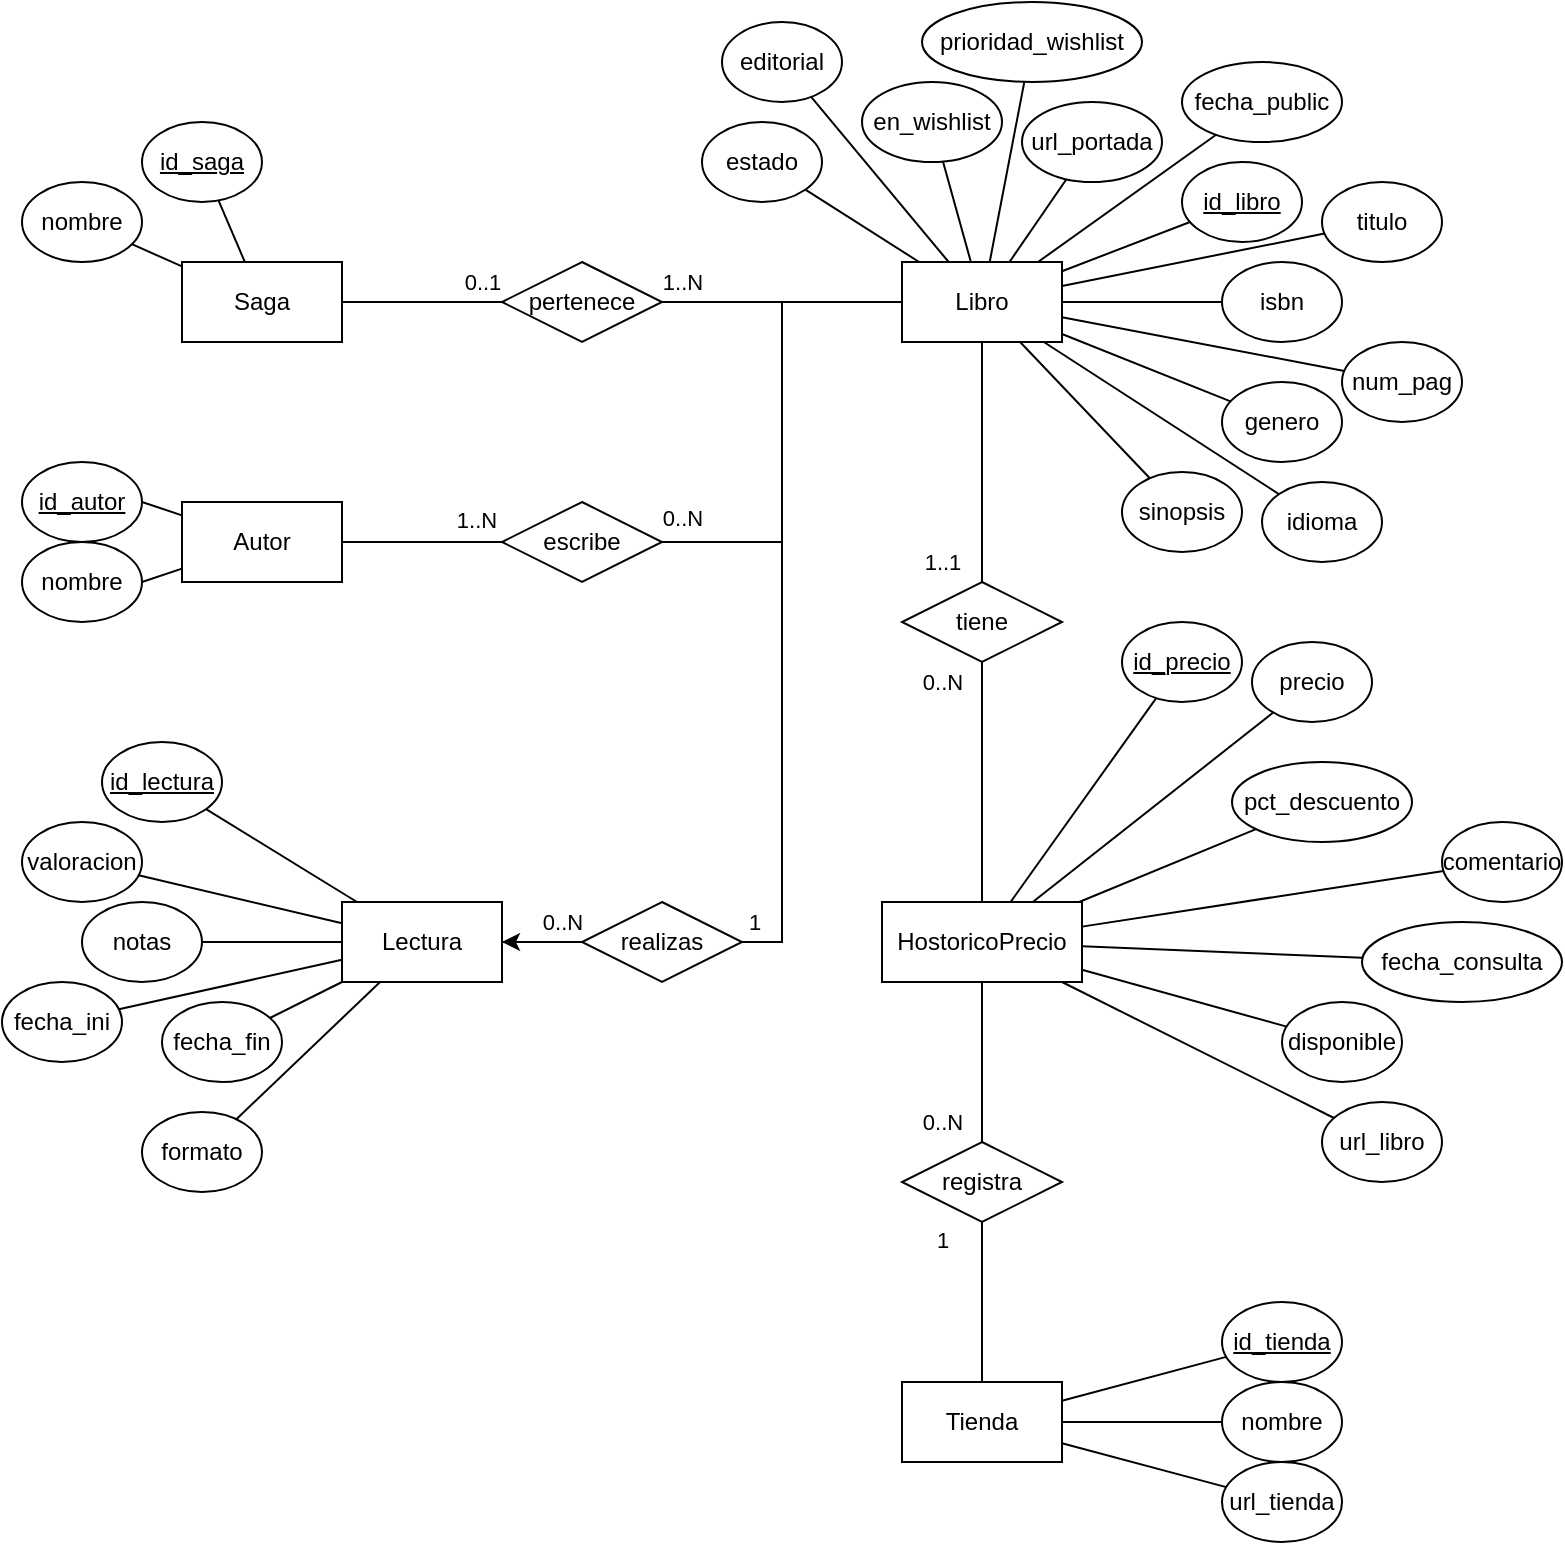
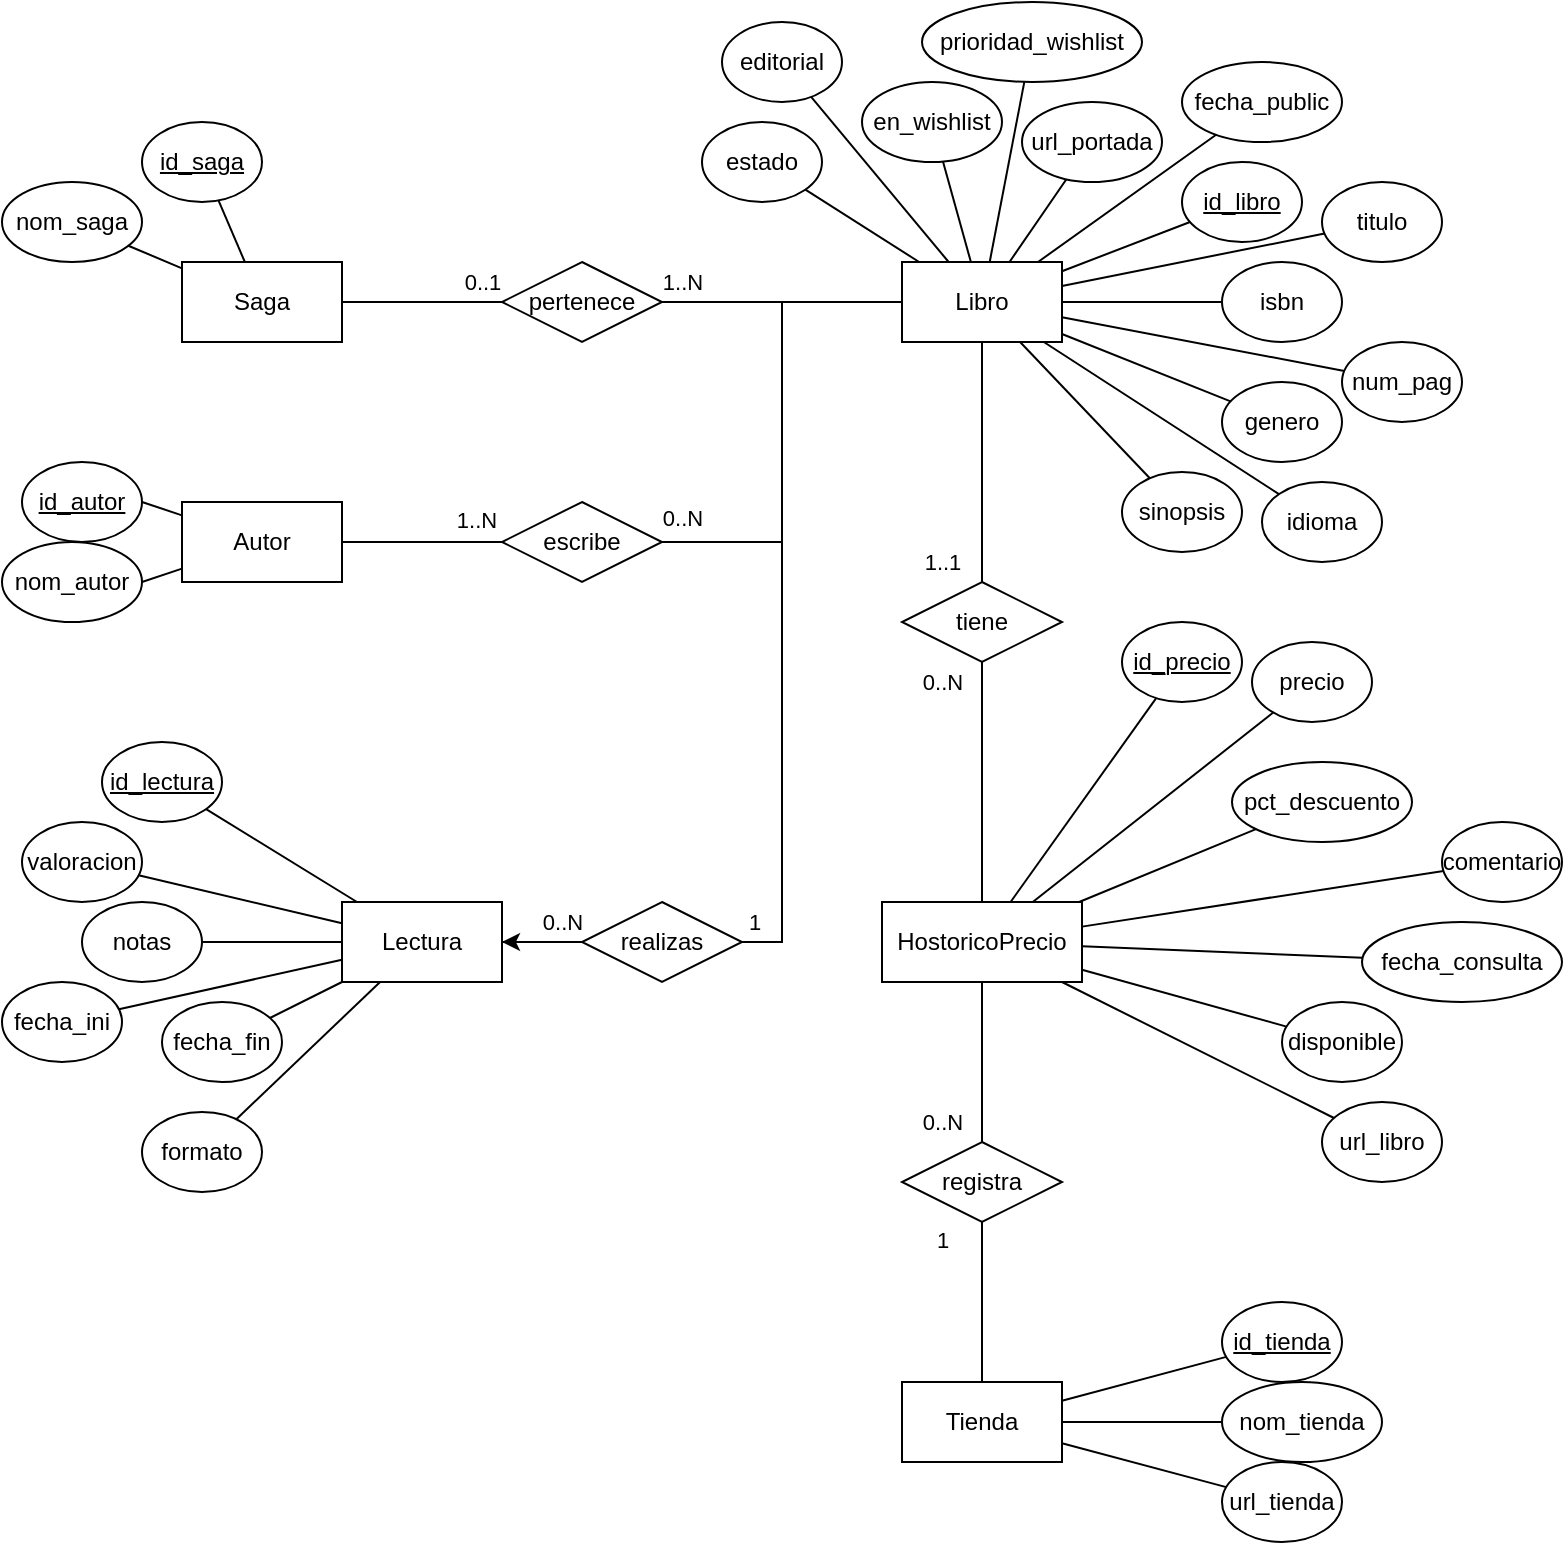
<mxfile host="app.diagrams.net">
  <diagram name="Page-1" id="43clveSkA00BWzA2pZKT">
-     <mxGraphModel dx="1414" dy="777" grid="1" gridSize="10" guides="1" tooltips="1" connect="1" arrows="1" fold="1" page="1" pageScale="1" pageWidth="827" pageHeight="1169" math="0" shadow="0">
+     <mxGraphModel dx="813" dy="1617" grid="1" gridSize="10" guides="1" tooltips="1" connect="1" arrows="1" fold="1" page="1" pageScale="1" pageWidth="827" pageHeight="1169" math="0" shadow="0">
      <root>
        <mxCell id="0" />
        <mxCell id="1" parent="0" />
        <mxCell id="LIHbsuWyisdT2iaSAF74-56" edge="1" parent="1" source="LIHbsuWyisdT2iaSAF74-1" style="rounded=0;orthogonalLoop=1;jettySize=auto;html=1;endArrow=none;endFill=0;" target="LIHbsuWyisdT2iaSAF74-40">
          <mxGeometry relative="1" as="geometry" />
        </mxCell>
        <mxCell id="LIHbsuWyisdT2iaSAF74-57" edge="1" parent="1" source="LIHbsuWyisdT2iaSAF74-1" style="rounded=0;orthogonalLoop=1;jettySize=auto;html=1;endArrow=none;endFill=0;" target="LIHbsuWyisdT2iaSAF74-21">
          <mxGeometry relative="1" as="geometry" />
        </mxCell>
        <mxCell id="LIHbsuWyisdT2iaSAF74-58" edge="1" parent="1" source="LIHbsuWyisdT2iaSAF74-1" style="rounded=0;orthogonalLoop=1;jettySize=auto;html=1;endArrow=none;endFill=0;" target="LIHbsuWyisdT2iaSAF74-10">
          <mxGeometry relative="1" as="geometry" />
        </mxCell>
        <mxCell id="LIHbsuWyisdT2iaSAF74-59" edge="1" parent="1" source="LIHbsuWyisdT2iaSAF74-1" style="rounded=0;orthogonalLoop=1;jettySize=auto;html=1;endArrow=none;endFill=0;" target="LIHbsuWyisdT2iaSAF74-36">
          <mxGeometry relative="1" as="geometry" />
        </mxCell>
        <mxCell id="LIHbsuWyisdT2iaSAF74-60" edge="1" parent="1" source="LIHbsuWyisdT2iaSAF74-1" style="rounded=0;orthogonalLoop=1;jettySize=auto;html=1;endArrow=none;endFill=0;" target="LIHbsuWyisdT2iaSAF74-3">
          <mxGeometry relative="1" as="geometry" />
        </mxCell>
        <mxCell id="LIHbsuWyisdT2iaSAF74-61" edge="1" parent="1" source="LIHbsuWyisdT2iaSAF74-1" style="rounded=0;orthogonalLoop=1;jettySize=auto;html=1;endArrow=none;endFill=0;" target="LIHbsuWyisdT2iaSAF74-23">
          <mxGeometry relative="1" as="geometry" />
        </mxCell>
        <mxCell id="LIHbsuWyisdT2iaSAF74-62" edge="1" parent="1" source="LIHbsuWyisdT2iaSAF74-1" style="rounded=0;orthogonalLoop=1;jettySize=auto;html=1;endArrow=none;endFill=0;" target="LIHbsuWyisdT2iaSAF74-17">
          <mxGeometry relative="1" as="geometry" />
        </mxCell>
        <mxCell id="LIHbsuWyisdT2iaSAF74-63" edge="1" parent="1" source="LIHbsuWyisdT2iaSAF74-1" style="rounded=0;orthogonalLoop=1;jettySize=auto;html=1;endArrow=none;endFill=0;" target="LIHbsuWyisdT2iaSAF74-38">
          <mxGeometry relative="1" as="geometry" />
        </mxCell>
        <mxCell id="LIHbsuWyisdT2iaSAF74-64" edge="1" parent="1" source="LIHbsuWyisdT2iaSAF74-1" style="rounded=0;orthogonalLoop=1;jettySize=auto;html=1;endArrow=none;endFill=0;" target="LIHbsuWyisdT2iaSAF74-39">
          <mxGeometry relative="1" as="geometry" />
        </mxCell>
        <mxCell id="LIHbsuWyisdT2iaSAF74-65" edge="1" parent="1" source="LIHbsuWyisdT2iaSAF74-1" style="rounded=0;orthogonalLoop=1;jettySize=auto;html=1;endArrow=none;endFill=0;" target="LIHbsuWyisdT2iaSAF74-48">
          <mxGeometry relative="1" as="geometry" />
        </mxCell>
        <mxCell id="LIHbsuWyisdT2iaSAF74-66" edge="1" parent="1" source="LIHbsuWyisdT2iaSAF74-1" style="rounded=0;orthogonalLoop=1;jettySize=auto;html=1;endArrow=none;endFill=0;" target="LIHbsuWyisdT2iaSAF74-47">
          <mxGeometry relative="1" as="geometry" />
        </mxCell>
        <mxCell id="LIHbsuWyisdT2iaSAF74-67" edge="1" parent="1" source="LIHbsuWyisdT2iaSAF74-1" style="rounded=0;orthogonalLoop=1;jettySize=auto;html=1;endArrow=none;endFill=0;" target="LIHbsuWyisdT2iaSAF74-37">
          <mxGeometry relative="1" as="geometry" />
        </mxCell>
        <mxCell id="LIHbsuWyisdT2iaSAF74-68" edge="1" parent="1" source="LIHbsuWyisdT2iaSAF74-1" style="rounded=0;orthogonalLoop=1;jettySize=auto;html=1;endArrow=none;endFill=0;" target="LIHbsuWyisdT2iaSAF74-41">
          <mxGeometry relative="1" as="geometry" />
        </mxCell>
        <mxCell id="LIHbsuWyisdT2iaSAF74-1" parent="1" style="rounded=0;whiteSpace=wrap;html=1;" value="Libro" vertex="1">
          <mxGeometry height="40" width="80" x="480" y="160" as="geometry" />
        </mxCell>
        <mxCell id="LIHbsuWyisdT2iaSAF74-49" edge="1" parent="1" source="LIHbsuWyisdT2iaSAF74-2" style="rounded=0;orthogonalLoop=1;jettySize=auto;html=1;endArrow=none;endFill=0;" target="LIHbsuWyisdT2iaSAF74-16">
          <mxGeometry relative="1" as="geometry">
            <mxPoint x="80" y="120" as="targetPoint" />
          </mxGeometry>
        </mxCell>
        <mxCell id="LIHbsuWyisdT2iaSAF74-50" edge="1" parent="1" source="LIHbsuWyisdT2iaSAF74-2" style="rounded=0;orthogonalLoop=1;jettySize=auto;html=1;endArrow=none;endFill=0;" target="LIHbsuWyisdT2iaSAF74-8">
          <mxGeometry relative="1" as="geometry">
            <mxPoint x="80" y="160" as="targetPoint" />
          </mxGeometry>
        </mxCell>
        <mxCell id="LIHbsuWyisdT2iaSAF74-2" parent="1" style="rounded=0;whiteSpace=wrap;html=1;" value="Saga" vertex="1">
          <mxGeometry height="40" width="80" x="120" y="160" as="geometry" />
        </mxCell>
        <mxCell id="LIHbsuWyisdT2iaSAF74-3" parent="1" style="ellipse;whiteSpace=wrap;html=1;" value="isbn" vertex="1">
          <mxGeometry height="40" width="60" x="640" y="160" as="geometry" />
        </mxCell>
-         <mxCell id="LIHbsuWyisdT2iaSAF74-8" parent="1" style="ellipse;whiteSpace=wrap;html=1;" value="nombre" vertex="1">
-           <mxGeometry height="40" width="60" x="40" y="120" as="geometry" />
+         <mxCell id="LIHbsuWyisdT2iaSAF74-8" parent="1" style="ellipse;whiteSpace=wrap;html=1;" value="nom_saga" vertex="1">
+           <mxGeometry height="40" width="70" x="30" y="120" as="geometry" />
        </mxCell>
        <mxCell id="LIHbsuWyisdT2iaSAF74-10" parent="1" style="ellipse;whiteSpace=wrap;html=1;" value="genero" vertex="1">
          <mxGeometry height="40" width="60" x="640" y="220" as="geometry" />
        </mxCell>
        <mxCell id="LIHbsuWyisdT2iaSAF74-76" edge="1" parent="1" source="LIHbsuWyisdT2iaSAF74-11" style="rounded=0;orthogonalLoop=1;jettySize=auto;html=1;endArrow=none;endFill=0;" target="LIHbsuWyisdT2iaSAF74-26">
          <mxGeometry relative="1" as="geometry" />
        </mxCell>
        <mxCell id="LIHbsuWyisdT2iaSAF74-77" edge="1" parent="1" source="LIHbsuWyisdT2iaSAF74-11" style="rounded=0;orthogonalLoop=1;jettySize=auto;html=1;endArrow=none;endFill=0;" target="LIHbsuWyisdT2iaSAF74-27">
          <mxGeometry relative="1" as="geometry" />
        </mxCell>
        <mxCell id="LIHbsuWyisdT2iaSAF74-78" edge="1" parent="1" source="LIHbsuWyisdT2iaSAF74-11" style="rounded=0;orthogonalLoop=1;jettySize=auto;html=1;endArrow=none;endFill=0;" target="LIHbsuWyisdT2iaSAF74-28">
          <mxGeometry relative="1" as="geometry">
            <mxPoint x="470" y="480" as="targetPoint" />
          </mxGeometry>
        </mxCell>
        <mxCell id="LIHbsuWyisdT2iaSAF74-79" edge="1" parent="1" source="LIHbsuWyisdT2iaSAF74-11" style="rounded=0;orthogonalLoop=1;jettySize=auto;html=1;endArrow=none;endFill=0;" target="LIHbsuWyisdT2iaSAF74-29">
          <mxGeometry relative="1" as="geometry" />
        </mxCell>
        <mxCell id="LIHbsuWyisdT2iaSAF74-80" edge="1" parent="1" source="LIHbsuWyisdT2iaSAF74-11" style="rounded=0;orthogonalLoop=1;jettySize=auto;html=1;endArrow=none;endFill=0;" target="LIHbsuWyisdT2iaSAF74-30">
          <mxGeometry relative="1" as="geometry" />
        </mxCell>
        <mxCell id="LIHbsuWyisdT2iaSAF74-81" edge="1" parent="1" source="LIHbsuWyisdT2iaSAF74-11" style="rounded=0;orthogonalLoop=1;jettySize=auto;html=1;endArrow=none;endFill=0;" target="LIHbsuWyisdT2iaSAF74-42">
          <mxGeometry relative="1" as="geometry" />
        </mxCell>
        <mxCell id="LIHbsuWyisdT2iaSAF74-11" parent="1" style="rounded=0;whiteSpace=wrap;html=1;" value="Lectura" vertex="1">
          <mxGeometry height="40" width="80" x="200" y="480" as="geometry" />
        </mxCell>
        <mxCell id="LIHbsuWyisdT2iaSAF74-51" edge="1" parent="1" source="LIHbsuWyisdT2iaSAF74-12" style="rounded=0;orthogonalLoop=1;jettySize=auto;html=1;entryX=1;entryY=0.5;entryDx=0;entryDy=0;endArrow=none;endFill=0;" target="LIHbsuWyisdT2iaSAF74-18">
          <mxGeometry relative="1" as="geometry" />
        </mxCell>
        <mxCell id="LIHbsuWyisdT2iaSAF74-52" edge="1" parent="1" source="LIHbsuWyisdT2iaSAF74-12" style="rounded=0;orthogonalLoop=1;jettySize=auto;html=1;entryX=1;entryY=0.5;entryDx=0;entryDy=0;endArrow=none;endFill=0;" target="LIHbsuWyisdT2iaSAF74-19">
          <mxGeometry relative="1" as="geometry" />
        </mxCell>
        <mxCell id="LIHbsuWyisdT2iaSAF74-12" parent="1" style="rounded=0;whiteSpace=wrap;html=1;" value="Autor" vertex="1">
          <mxGeometry height="40" width="80" x="120" y="280" as="geometry" />
        </mxCell>
        <mxCell id="LIHbsuWyisdT2iaSAF74-69" edge="1" parent="1" source="LIHbsuWyisdT2iaSAF74-13" style="rounded=0;orthogonalLoop=1;jettySize=auto;html=1;endArrow=none;endFill=0;" target="LIHbsuWyisdT2iaSAF74-31">
          <mxGeometry relative="1" as="geometry" />
        </mxCell>
        <mxCell id="LIHbsuWyisdT2iaSAF74-70" edge="1" parent="1" source="LIHbsuWyisdT2iaSAF74-13" style="rounded=0;orthogonalLoop=1;jettySize=auto;html=1;endArrow=none;endFill=0;" target="LIHbsuWyisdT2iaSAF74-32">
          <mxGeometry relative="1" as="geometry" />
        </mxCell>
        <mxCell id="LIHbsuWyisdT2iaSAF74-71" edge="1" parent="1" source="LIHbsuWyisdT2iaSAF74-13" style="rounded=0;orthogonalLoop=1;jettySize=auto;html=1;endArrow=none;endFill=0;" target="LIHbsuWyisdT2iaSAF74-34">
          <mxGeometry relative="1" as="geometry" />
        </mxCell>
        <mxCell id="LIHbsuWyisdT2iaSAF74-72" edge="1" parent="1" source="LIHbsuWyisdT2iaSAF74-13" style="rounded=0;orthogonalLoop=1;jettySize=auto;html=1;endArrow=none;endFill=0;" target="LIHbsuWyisdT2iaSAF74-35">
          <mxGeometry relative="1" as="geometry" />
        </mxCell>
        <mxCell id="LIHbsuWyisdT2iaSAF74-73" edge="1" parent="1" source="LIHbsuWyisdT2iaSAF74-13" style="rounded=0;orthogonalLoop=1;jettySize=auto;html=1;endArrow=none;endFill=0;" target="LIHbsuWyisdT2iaSAF74-44">
          <mxGeometry relative="1" as="geometry" />
        </mxCell>
        <mxCell id="LIHbsuWyisdT2iaSAF74-74" edge="1" parent="1" source="LIHbsuWyisdT2iaSAF74-13" style="rounded=0;orthogonalLoop=1;jettySize=auto;html=1;endArrow=none;endFill=0;" target="LIHbsuWyisdT2iaSAF74-45">
          <mxGeometry relative="1" as="geometry" />
        </mxCell>
        <mxCell id="LIHbsuWyisdT2iaSAF74-75" edge="1" parent="1" source="LIHbsuWyisdT2iaSAF74-13" style="rounded=0;orthogonalLoop=1;jettySize=auto;html=1;endArrow=none;endFill=0;" target="LIHbsuWyisdT2iaSAF74-46">
          <mxGeometry relative="1" as="geometry" />
        </mxCell>
        <mxCell id="LIHbsuWyisdT2iaSAF74-13" parent="1" style="rounded=0;whiteSpace=wrap;html=1;" value="HostoricoPrecio" vertex="1">
          <mxGeometry height="40" width="100" x="470" y="480" as="geometry" />
        </mxCell>
        <mxCell id="LIHbsuWyisdT2iaSAF74-53" edge="1" parent="1" source="LIHbsuWyisdT2iaSAF74-14" style="rounded=0;orthogonalLoop=1;jettySize=auto;html=1;endArrow=none;endFill=0;" target="LIHbsuWyisdT2iaSAF74-24">
          <mxGeometry relative="1" as="geometry" />
        </mxCell>
        <mxCell id="LIHbsuWyisdT2iaSAF74-54" edge="1" parent="1" source="LIHbsuWyisdT2iaSAF74-14" style="rounded=0;orthogonalLoop=1;jettySize=auto;html=1;endArrow=none;endFill=0;" target="LIHbsuWyisdT2iaSAF74-25">
          <mxGeometry relative="1" as="geometry" />
        </mxCell>
        <mxCell id="LIHbsuWyisdT2iaSAF74-55" edge="1" parent="1" source="LIHbsuWyisdT2iaSAF74-14" style="rounded=0;orthogonalLoop=1;jettySize=auto;html=1;endArrow=none;endFill=0;" target="LIHbsuWyisdT2iaSAF74-43">
          <mxGeometry relative="1" as="geometry" />
        </mxCell>
        <mxCell id="LIHbsuWyisdT2iaSAF74-14" parent="1" style="rounded=0;whiteSpace=wrap;html=1;" value="Tienda" vertex="1">
          <mxGeometry height="40" width="80" x="480" y="720" as="geometry" />
        </mxCell>
        <mxCell id="LIHbsuWyisdT2iaSAF74-16" parent="1" style="ellipse;whiteSpace=wrap;html=1;" value="&lt;u&gt;id_saga&lt;/u&gt;" vertex="1">
          <mxGeometry height="40" width="60" x="100" y="90" as="geometry" />
        </mxCell>
        <mxCell id="LIHbsuWyisdT2iaSAF74-17" parent="1" style="ellipse;whiteSpace=wrap;html=1;" value="&lt;u&gt;id_libro&lt;span style=&quot;color: rgba(0, 0, 0, 0); font-family: monospace; font-size: 0px; text-align: start; white-space: nowrap;&quot;&gt;%3CmxGraphModel%3E%3Croot%3E%3CmxCell%20id%3D%220%22%2F%3E%3CmxCell%20id%3D%221%22%20parent%3D%220%22%2F%3E%3CmxCell%20id%3D%222%22%20parent%3D%221%22%20style%3D%22ellipse%3BwhiteSpace%3Dwrap%3Bhtml%3D1%3B%22%20value%3D%22nombre%22%20vertex%3D%221%22%3E%3CmxGeometry%20height%3D%2240%22%20width%3D%2260%22%20x%3D%2240%22%20y%3D%2280%22%20as%3D%22geometry%22%2F%3E%3C%2FmxCell%3E%3C%2Froot%3E%3C%2FmxGraphModel%3E&lt;/span&gt;&lt;/u&gt;" vertex="1">
          <mxGeometry height="40" width="60" x="620" y="110" as="geometry" />
        </mxCell>
        <mxCell id="LIHbsuWyisdT2iaSAF74-18" parent="1" style="ellipse;whiteSpace=wrap;html=1;" value="&lt;u&gt;id_autor&lt;/u&gt;" vertex="1">
          <mxGeometry height="40" width="60" x="40" y="260" as="geometry" />
        </mxCell>
-         <mxCell id="LIHbsuWyisdT2iaSAF74-19" parent="1" style="ellipse;whiteSpace=wrap;html=1;" value="nombre" vertex="1">
-           <mxGeometry height="40" width="60" x="40" y="300" as="geometry" />
+         <mxCell id="LIHbsuWyisdT2iaSAF74-19" parent="1" style="ellipse;whiteSpace=wrap;html=1;" value="nom_autor" vertex="1">
+           <mxGeometry height="40" width="70" x="30" y="300" as="geometry" />
        </mxCell>
        <mxCell id="LIHbsuWyisdT2iaSAF74-21" parent="1" style="ellipse;whiteSpace=wrap;html=1;" value="idioma" vertex="1">
          <mxGeometry height="40" width="60" x="660" y="270" as="geometry" />
        </mxCell>
        <mxCell id="LIHbsuWyisdT2iaSAF74-23" parent="1" style="ellipse;whiteSpace=wrap;html=1;" value="titulo" vertex="1">
          <mxGeometry height="40" width="60" x="690" y="120" as="geometry" />
        </mxCell>
        <mxCell id="LIHbsuWyisdT2iaSAF74-24" parent="1" style="ellipse;whiteSpace=wrap;html=1;" value="&lt;u&gt;id_tienda&lt;/u&gt;" vertex="1">
          <mxGeometry height="40" width="60" x="640" y="680" as="geometry" />
        </mxCell>
-         <mxCell id="LIHbsuWyisdT2iaSAF74-25" parent="1" style="ellipse;whiteSpace=wrap;html=1;" value="nombre" vertex="1">
-           <mxGeometry height="40" width="60" x="640" y="720" as="geometry" />
+         <mxCell id="LIHbsuWyisdT2iaSAF74-25" parent="1" style="ellipse;whiteSpace=wrap;html=1;" value="nom_tienda" vertex="1">
+           <mxGeometry height="40" width="80" x="640" y="720" as="geometry" />
        </mxCell>
        <mxCell id="LIHbsuWyisdT2iaSAF74-26" parent="1" style="ellipse;whiteSpace=wrap;html=1;" value="&lt;u&gt;id_lectura&lt;/u&gt;" vertex="1">
          <mxGeometry height="40" width="60" x="80" y="400" as="geometry" />
        </mxCell>
        <mxCell id="LIHbsuWyisdT2iaSAF74-27" parent="1" style="ellipse;whiteSpace=wrap;html=1;" value="valoracion" vertex="1">
          <mxGeometry height="40" width="60" x="40" y="440" as="geometry" />
        </mxCell>
        <mxCell id="LIHbsuWyisdT2iaSAF74-28" parent="1" style="ellipse;whiteSpace=wrap;html=1;" value="notas" vertex="1">
          <mxGeometry height="40" width="60" x="70" y="480" as="geometry" />
        </mxCell>
        <mxCell id="LIHbsuWyisdT2iaSAF74-29" parent="1" style="ellipse;whiteSpace=wrap;html=1;" value="fecha_ini" vertex="1">
          <mxGeometry height="40" width="60" x="30" y="520" as="geometry" />
        </mxCell>
        <mxCell id="LIHbsuWyisdT2iaSAF74-30" parent="1" style="ellipse;whiteSpace=wrap;html=1;" value="fecha_fin" vertex="1">
          <mxGeometry height="40" width="60" x="110" y="530" as="geometry" />
        </mxCell>
        <mxCell id="LIHbsuWyisdT2iaSAF74-31" parent="1" style="ellipse;whiteSpace=wrap;html=1;" value="&lt;u&gt;id_precio&lt;/u&gt;" vertex="1">
          <mxGeometry height="40" width="60" x="590" y="340" as="geometry" />
        </mxCell>
        <mxCell id="LIHbsuWyisdT2iaSAF74-32" parent="1" style="ellipse;whiteSpace=wrap;html=1;" value="precio" vertex="1">
          <mxGeometry height="40" width="60" x="655" y="350" as="geometry" />
        </mxCell>
        <mxCell id="LIHbsuWyisdT2iaSAF74-34" parent="1" style="ellipse;whiteSpace=wrap;html=1;" value="pct_descuento" vertex="1">
          <mxGeometry height="40" width="90" x="645" y="410" as="geometry" />
        </mxCell>
        <mxCell id="LIHbsuWyisdT2iaSAF74-35" parent="1" style="ellipse;whiteSpace=wrap;html=1;" value="comentario" vertex="1">
          <mxGeometry height="40" width="60" x="750" y="440" as="geometry" />
        </mxCell>
        <mxCell id="LIHbsuWyisdT2iaSAF74-36" parent="1" style="ellipse;whiteSpace=wrap;html=1;" value="num_pag" vertex="1">
          <mxGeometry height="40" width="60" x="700" y="200" as="geometry" />
        </mxCell>
        <mxCell id="LIHbsuWyisdT2iaSAF74-37" parent="1" style="ellipse;whiteSpace=wrap;html=1;" value="editorial" vertex="1">
          <mxGeometry height="40" width="60" x="390" y="40" as="geometry" />
        </mxCell>
        <mxCell id="LIHbsuWyisdT2iaSAF74-38" parent="1" style="ellipse;whiteSpace=wrap;html=1;" value="fecha_public" vertex="1">
          <mxGeometry height="40" width="80" x="620" y="60" as="geometry" />
        </mxCell>
        <mxCell id="LIHbsuWyisdT2iaSAF74-39" parent="1" style="ellipse;whiteSpace=wrap;html=1;" value="url_&lt;span style=&quot;background-color: transparent; color: light-dark(rgb(0, 0, 0), rgb(255, 255, 255));&quot;&gt;portada&lt;/span&gt;" vertex="1">
          <mxGeometry height="40" width="70" x="540" y="80" as="geometry" />
        </mxCell>
        <mxCell id="LIHbsuWyisdT2iaSAF74-40" parent="1" style="ellipse;whiteSpace=wrap;html=1;" value="sinopsis" vertex="1">
          <mxGeometry height="40" width="60" x="590" y="265" as="geometry" />
        </mxCell>
        <mxCell id="LIHbsuWyisdT2iaSAF74-41" parent="1" style="ellipse;whiteSpace=wrap;html=1;" value="estado" vertex="1">
          <mxGeometry height="40" width="60" x="380" y="90" as="geometry" />
        </mxCell>
        <mxCell id="LIHbsuWyisdT2iaSAF74-42" parent="1" style="ellipse;whiteSpace=wrap;html=1;" value="formato" vertex="1">
          <mxGeometry height="40" width="60" x="100" y="585" as="geometry" />
        </mxCell>
        <mxCell id="LIHbsuWyisdT2iaSAF74-43" parent="1" style="ellipse;whiteSpace=wrap;html=1;" value="url_tienda" vertex="1">
          <mxGeometry height="40" width="60" x="640" y="760" as="geometry" />
        </mxCell>
        <mxCell id="LIHbsuWyisdT2iaSAF74-44" parent="1" style="ellipse;whiteSpace=wrap;html=1;" value="fecha_consulta" vertex="1">
          <mxGeometry height="40" width="100" x="710" y="490" as="geometry" />
        </mxCell>
        <mxCell id="LIHbsuWyisdT2iaSAF74-45" parent="1" style="ellipse;whiteSpace=wrap;html=1;" value="disponible" vertex="1">
          <mxGeometry height="40" width="60" x="670" y="530" as="geometry" />
        </mxCell>
        <mxCell id="LIHbsuWyisdT2iaSAF74-46" parent="1" style="ellipse;whiteSpace=wrap;html=1;" value="url_libro" vertex="1">
          <mxGeometry height="40" width="60" x="690" y="580" as="geometry" />
        </mxCell>
        <mxCell id="LIHbsuWyisdT2iaSAF74-47" parent="1" style="ellipse;whiteSpace=wrap;html=1;" value="en_wishlist" vertex="1">
          <mxGeometry height="40" width="70" x="460" y="70" as="geometry" />
        </mxCell>
        <mxCell id="LIHbsuWyisdT2iaSAF74-48" parent="1" style="ellipse;whiteSpace=wrap;html=1;" value="prioridad_wishlist" vertex="1">
          <mxGeometry height="40" width="110" x="490" y="30" as="geometry" />
        </mxCell>
        <mxCell id="LIHbsuWyisdT2iaSAF74-83" edge="1" parent="1" source="LIHbsuWyisdT2iaSAF74-82" style="rounded=0;orthogonalLoop=1;jettySize=auto;html=1;endArrow=none;endFill=0;edgeStyle=orthogonalEdgeStyle;" target="LIHbsuWyisdT2iaSAF74-2">
          <mxGeometry relative="1" as="geometry">
            <mxPoint x="270" y="180" as="sourcePoint" />
          </mxGeometry>
        </mxCell>
        <mxCell id="LIHbsuWyisdT2iaSAF74-99" connectable="0" parent="LIHbsuWyisdT2iaSAF74-83" style="edgeLabel;html=1;align=center;verticalAlign=middle;resizable=0;points=[];" value="0..1" vertex="1">
          <mxGeometry relative="1" x="-0.475" as="geometry">
            <mxPoint x="11" y="-10" as="offset" />
          </mxGeometry>
        </mxCell>
        <mxCell id="LIHbsuWyisdT2iaSAF74-84" edge="1" parent="1" source="LIHbsuWyisdT2iaSAF74-82" style="rounded=0;orthogonalLoop=1;jettySize=auto;html=1;endArrow=none;endFill=0;edgeStyle=orthogonalEdgeStyle;" target="LIHbsuWyisdT2iaSAF74-1">
          <mxGeometry relative="1" as="geometry" />
        </mxCell>
        <mxCell id="LIHbsuWyisdT2iaSAF74-98" connectable="0" parent="LIHbsuWyisdT2iaSAF74-84" style="edgeLabel;html=1;align=center;verticalAlign=middle;resizable=0;points=[];" value="1..N" vertex="1">
          <mxGeometry relative="1" x="-0.65" y="3" as="geometry">
            <mxPoint x="-11" y="-7" as="offset" />
          </mxGeometry>
        </mxCell>
        <mxCell id="LIHbsuWyisdT2iaSAF74-82" parent="1" style="rhombus;whiteSpace=wrap;html=1;" value="pertenece" vertex="1">
          <mxGeometry height="40" width="80" x="280" y="160" as="geometry" />
        </mxCell>
        <mxCell id="LIHbsuWyisdT2iaSAF74-87" edge="1" parent="1" source="LIHbsuWyisdT2iaSAF74-85" style="rounded=0;orthogonalLoop=1;jettySize=auto;html=1;endArrow=none;endFill=0;edgeStyle=orthogonalEdgeStyle;" target="LIHbsuWyisdT2iaSAF74-1">
          <mxGeometry relative="1" as="geometry">
            <Array as="points">
              <mxPoint x="420" y="300" />
              <mxPoint x="420" y="180" />
            </Array>
          </mxGeometry>
        </mxCell>
        <mxCell id="LIHbsuWyisdT2iaSAF74-101" connectable="0" parent="LIHbsuWyisdT2iaSAF74-87" style="edgeLabel;html=1;align=center;verticalAlign=middle;resizable=0;points=[];" value="0..N" vertex="1">
          <mxGeometry relative="1" x="-0.7342" y="2" as="geometry">
            <mxPoint x="-22" y="-10" as="offset" />
          </mxGeometry>
        </mxCell>
        <mxCell id="LIHbsuWyisdT2iaSAF74-88" edge="1" parent="1" source="LIHbsuWyisdT2iaSAF74-85" style="rounded=0;orthogonalLoop=1;jettySize=auto;html=1;endArrow=none;endFill=0;edgeStyle=orthogonalEdgeStyle;" target="LIHbsuWyisdT2iaSAF74-12">
          <mxGeometry relative="1" as="geometry" />
        </mxCell>
        <mxCell id="LIHbsuWyisdT2iaSAF74-100" connectable="0" parent="LIHbsuWyisdT2iaSAF74-88" style="edgeLabel;html=1;align=center;verticalAlign=middle;resizable=0;points=[];" value="1..N" vertex="1">
          <mxGeometry relative="1" x="-0.675" y="-2" as="geometry">
            <mxPoint y="-9" as="offset" />
          </mxGeometry>
        </mxCell>
        <mxCell id="LIHbsuWyisdT2iaSAF74-85" parent="1" style="rhombus;whiteSpace=wrap;html=1;" value="escribe" vertex="1">
          <mxGeometry height="40" width="80" x="280" y="280" as="geometry" />
        </mxCell>
        <mxCell id="LIHbsuWyisdT2iaSAF74-90" edge="1" parent="1" source="LIHbsuWyisdT2iaSAF74-89" style="edgeStyle=orthogonalEdgeStyle;rounded=0;orthogonalLoop=1;jettySize=auto;html=1;endArrow=none;endFill=0;" target="LIHbsuWyisdT2iaSAF74-11">
          <mxGeometry relative="1" as="geometry" />
        </mxCell>
        <mxCell id="LIHbsuWyisdT2iaSAF74-102" connectable="0" parent="LIHbsuWyisdT2iaSAF74-90" style="edgeLabel;html=1;align=center;verticalAlign=middle;resizable=0;points=[];" value="0..N" vertex="1">
          <mxGeometry relative="1" x="-0.3534" y="1" as="geometry">
            <mxPoint x="3" y="-11" as="offset" />
          </mxGeometry>
        </mxCell>
        <mxCell id="LIHbsuWyisdT2iaSAF74-91" edge="1" parent="1" source="LIHbsuWyisdT2iaSAF74-89" style="edgeStyle=orthogonalEdgeStyle;rounded=0;orthogonalLoop=1;jettySize=auto;html=1;endArrow=none;endFill=0;" target="LIHbsuWyisdT2iaSAF74-1">
          <mxGeometry relative="1" as="geometry">
            <Array as="points">
              <mxPoint x="420" y="500" />
              <mxPoint x="420" y="180" />
            </Array>
          </mxGeometry>
        </mxCell>
        <mxCell id="LIHbsuWyisdT2iaSAF74-103" connectable="0" parent="LIHbsuWyisdT2iaSAF74-91" style="edgeLabel;html=1;align=center;verticalAlign=middle;resizable=0;points=[];" value="1" vertex="1">
          <mxGeometry relative="1" x="-0.9336" y="1" as="geometry">
            <mxPoint x="-8" y="-9" as="offset" />
          </mxGeometry>
        </mxCell>
        <mxCell id="Hhn2C3f1zZ_AtcUhHDvd-1" edge="1" parent="1" source="LIHbsuWyisdT2iaSAF74-89" style="edgeStyle=orthogonalEdgeStyle;rounded=0;orthogonalLoop=1;jettySize=auto;html=1;" target="LIHbsuWyisdT2iaSAF74-11" value="">
          <mxGeometry relative="1" as="geometry" />
        </mxCell>
        <mxCell id="LIHbsuWyisdT2iaSAF74-89" parent="1" style="rhombus;whiteSpace=wrap;html=1;" value="realizas" vertex="1">
          <mxGeometry height="40" width="80" x="320" y="480" as="geometry" />
        </mxCell>
        <mxCell id="LIHbsuWyisdT2iaSAF74-93" edge="1" parent="1" source="LIHbsuWyisdT2iaSAF74-92" style="rounded=0;orthogonalLoop=1;jettySize=auto;html=1;endArrow=none;endFill=0;edgeStyle=orthogonalEdgeStyle;" target="LIHbsuWyisdT2iaSAF74-1">
          <mxGeometry relative="1" as="geometry" />
        </mxCell>
        <mxCell id="LIHbsuWyisdT2iaSAF74-104" connectable="0" parent="LIHbsuWyisdT2iaSAF74-93" style="edgeLabel;html=1;align=center;verticalAlign=middle;resizable=0;points=[];" value="1..1" vertex="1">
          <mxGeometry relative="1" x="-0.8253" as="geometry">
            <mxPoint x="-20" as="offset" />
          </mxGeometry>
        </mxCell>
        <mxCell id="LIHbsuWyisdT2iaSAF74-94" edge="1" parent="1" source="LIHbsuWyisdT2iaSAF74-92" style="edgeStyle=orthogonalEdgeStyle;rounded=0;orthogonalLoop=1;jettySize=auto;html=1;endArrow=none;endFill=0;" target="LIHbsuWyisdT2iaSAF74-13">
          <mxGeometry relative="1" as="geometry" />
        </mxCell>
        <mxCell id="LIHbsuWyisdT2iaSAF74-105" connectable="0" parent="LIHbsuWyisdT2iaSAF74-94" style="edgeLabel;html=1;align=center;verticalAlign=middle;resizable=0;points=[];" value="0..N" vertex="1">
          <mxGeometry relative="1" x="-0.7839" y="-1" as="geometry">
            <mxPoint x="-19" y="-3" as="offset" />
          </mxGeometry>
        </mxCell>
        <mxCell id="LIHbsuWyisdT2iaSAF74-92" parent="1" style="rhombus;whiteSpace=wrap;html=1;" value="tiene" vertex="1">
          <mxGeometry height="40" width="80" x="480" y="320" as="geometry" />
        </mxCell>
        <mxCell id="LIHbsuWyisdT2iaSAF74-96" edge="1" parent="1" source="LIHbsuWyisdT2iaSAF74-95" style="edgeStyle=orthogonalEdgeStyle;rounded=0;orthogonalLoop=1;jettySize=auto;html=1;endArrow=none;endFill=0;" target="LIHbsuWyisdT2iaSAF74-13">
          <mxGeometry relative="1" as="geometry" />
        </mxCell>
        <mxCell id="LIHbsuWyisdT2iaSAF74-107" connectable="0" parent="LIHbsuWyisdT2iaSAF74-96" style="edgeLabel;html=1;align=center;verticalAlign=middle;resizable=0;points=[];" value="0..N" vertex="1">
          <mxGeometry relative="1" x="-0.2897" y="1" as="geometry">
            <mxPoint x="-19" y="18" as="offset" />
          </mxGeometry>
        </mxCell>
        <mxCell id="LIHbsuWyisdT2iaSAF74-97" edge="1" parent="1" source="LIHbsuWyisdT2iaSAF74-95" style="edgeStyle=orthogonalEdgeStyle;rounded=0;orthogonalLoop=1;jettySize=auto;html=1;endArrow=none;endFill=0;" target="LIHbsuWyisdT2iaSAF74-14">
          <mxGeometry relative="1" as="geometry" />
        </mxCell>
        <mxCell id="LIHbsuWyisdT2iaSAF74-106" connectable="0" parent="LIHbsuWyisdT2iaSAF74-97" style="edgeLabel;html=1;align=center;verticalAlign=middle;resizable=0;points=[];" value="1" vertex="1">
          <mxGeometry relative="1" x="-0.7793" y="1" as="geometry">
            <mxPoint x="-21" as="offset" />
          </mxGeometry>
        </mxCell>
        <mxCell id="LIHbsuWyisdT2iaSAF74-95" parent="1" style="rhombus;whiteSpace=wrap;html=1;" value="registra" vertex="1">
          <mxGeometry height="40" width="80" x="480" y="600" as="geometry" />
        </mxCell>
      </root>
    </mxGraphModel>
  </diagram>
</mxfile>
